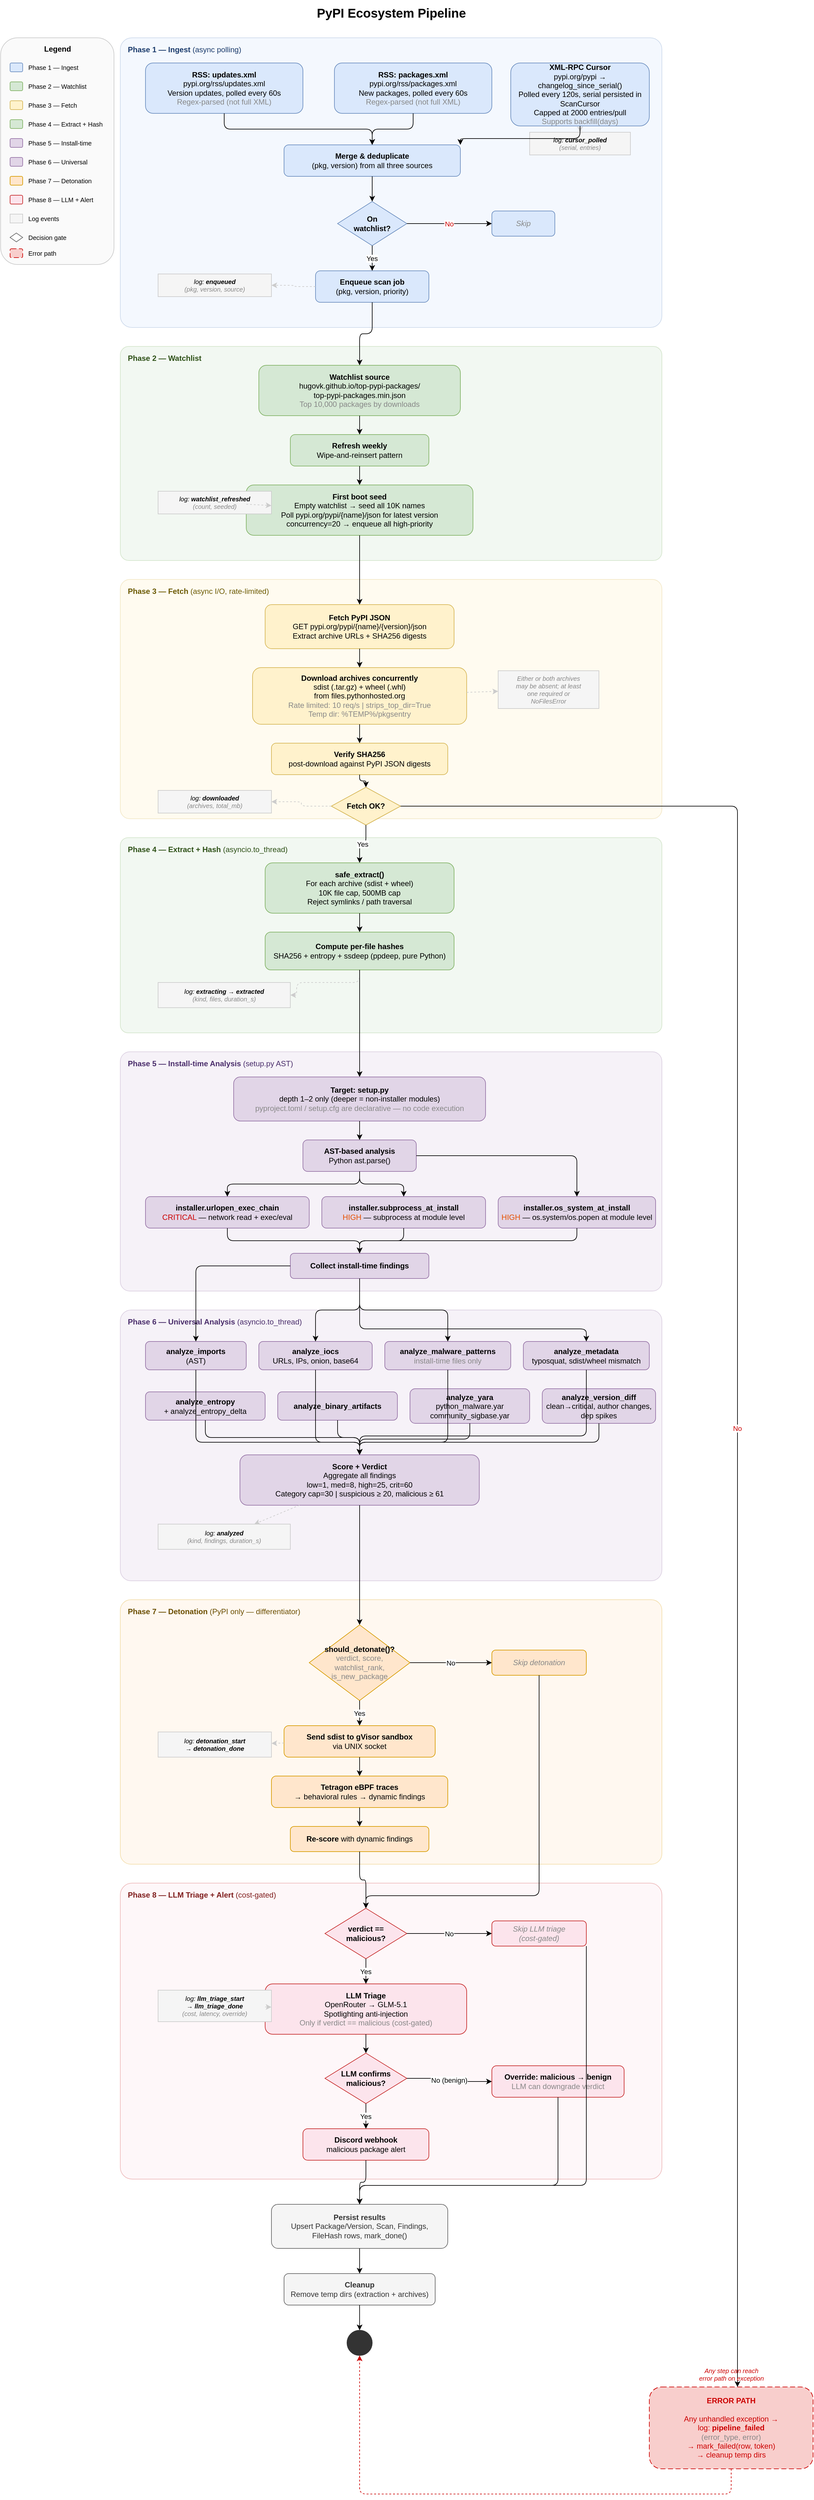
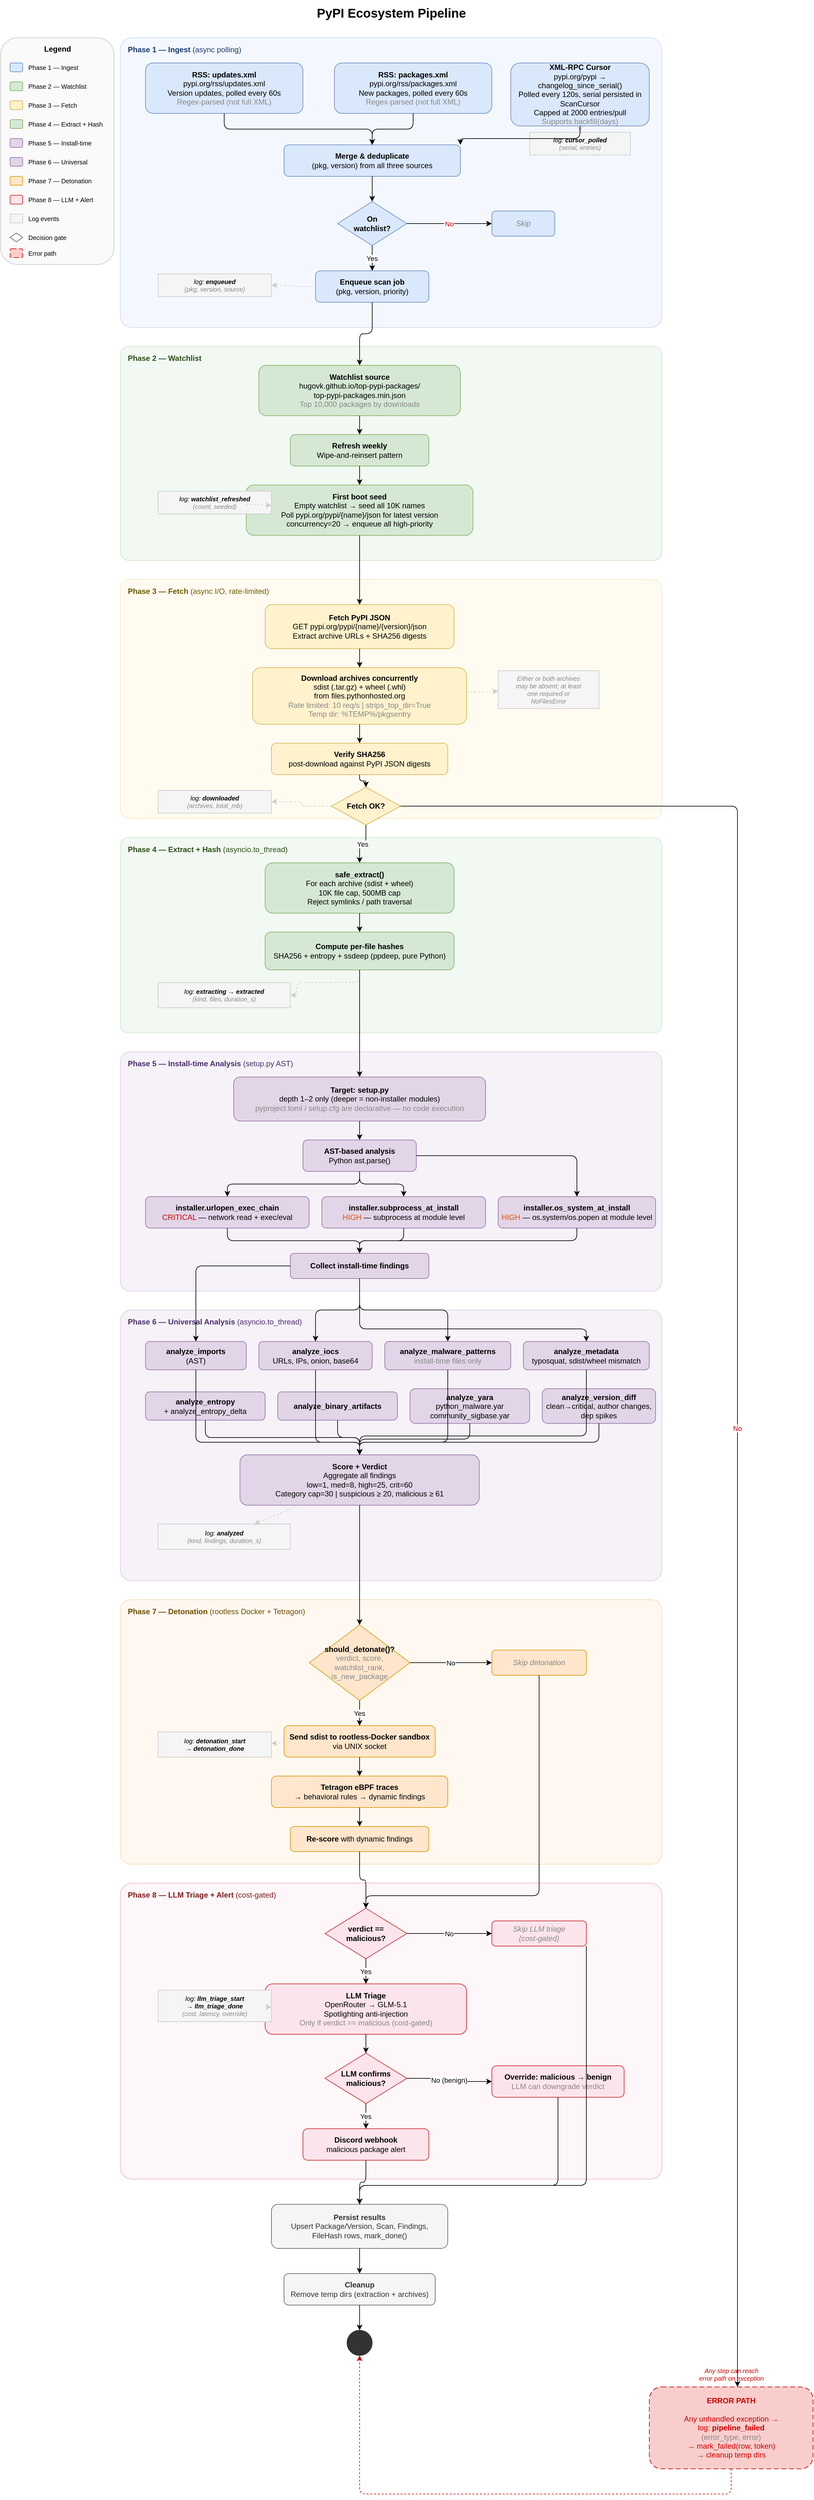
<?xml version="1.0" encoding="UTF-8"?>
<mxfile host="app.diagrams.net" modified="2026-05-23T00:00:00.000Z" agent="draw.io" version="24.0.0" type="device">
  <diagram id="pypi-pipeline" name="PyPI Ecosystem Pipeline">
    <mxGraphModel dx="1800" dy="2400" grid="1" gridSize="10" guides="1" tooltips="1" connect="1" arrows="1" fold="1" page="1" pageScale="1" pageWidth="1400" pageHeight="4500" math="0" shadow="0">
      <root>
        <mxCell id="0"/>
        <mxCell id="1" parent="0"/>

        <!-- ===== TITLE ===== -->
        <mxCell id="title" value="&lt;b&gt;PyPI Ecosystem Pipeline&lt;/b&gt;" style="text;html=1;align=center;verticalAlign=middle;resizable=0;points=[];autosize=1;fontSize=20;" vertex="1" parent="1">
          <mxGeometry x="480" y="20" width="340" height="40" as="geometry"/>
        </mxCell>

        <!-- ===== PHASE SWIMLANE BACKGROUNDS ===== -->

        <!-- Phase 1 - Ingest background -->
        <mxCell id="bg_p1" value="" style="rounded=1;whiteSpace=wrap;html=1;fillColor=#dae8fc;strokeColor=#6c8ebf;opacity=30;arcSize=4;" vertex="1" parent="1">
          <mxGeometry x="220" y="80" width="860" height="460" as="geometry"/>
        </mxCell>
        <mxCell id="bg_p1_label" value="&lt;b&gt;Phase 1 &amp;mdash; Ingest&lt;/b&gt;  (async polling)" style="text;html=1;align=left;verticalAlign=top;fontSize=12;fontColor=#1a3a6b;" vertex="1" parent="1">
          <mxGeometry x="230" y="85" width="260" height="24" as="geometry"/>
        </mxCell>

        <!-- Phase 2 - Watchlist background -->
        <mxCell id="bg_p2" value="" style="rounded=1;whiteSpace=wrap;html=1;fillColor=#d5e8d4;strokeColor=#82b366;opacity=30;arcSize=4;" vertex="1" parent="1">
          <mxGeometry x="220" y="570" width="860" height="340" as="geometry"/>
        </mxCell>
        <mxCell id="bg_p2_label" value="&lt;b&gt;Phase 2 &amp;mdash; Watchlist&lt;/b&gt;" style="text;html=1;align=left;verticalAlign=top;fontSize=12;fontColor=#2d5016;" vertex="1" parent="1">
          <mxGeometry x="230" y="575" width="200" height="24" as="geometry"/>
        </mxCell>

        <!-- Phase 3 - Fetch background -->
        <mxCell id="bg_p3" value="" style="rounded=1;whiteSpace=wrap;html=1;fillColor=#fff2cc;strokeColor=#d6b656;opacity=30;arcSize=4;" vertex="1" parent="1">
          <mxGeometry x="220" y="940" width="860" height="380" as="geometry"/>
        </mxCell>
        <mxCell id="bg_p3_label" value="&lt;b&gt;Phase 3 &amp;mdash; Fetch&lt;/b&gt;  (async I/O, rate-limited)" style="text;html=1;align=left;verticalAlign=top;fontSize=12;fontColor=#6b5900;" vertex="1" parent="1">
          <mxGeometry x="230" y="945" width="340" height="24" as="geometry"/>
        </mxCell>

        <!-- Phase 4 - Extract + Hash background -->
        <mxCell id="bg_p4" value="" style="rounded=1;whiteSpace=wrap;html=1;fillColor=#d5e8d4;strokeColor=#82b366;opacity=30;arcSize=4;" vertex="1" parent="1">
          <mxGeometry x="220" y="1350" width="860" height="310" as="geometry"/>
        </mxCell>
        <mxCell id="bg_p4_label" value="&lt;b&gt;Phase 4 &amp;mdash; Extract + Hash&lt;/b&gt;  (asyncio.to_thread)" style="text;html=1;align=left;verticalAlign=top;fontSize=12;fontColor=#2d5016;" vertex="1" parent="1">
          <mxGeometry x="230" y="1355" width="340" height="24" as="geometry"/>
        </mxCell>

        <!-- Phase 5 - Install-time Analysis background -->
        <mxCell id="bg_p5" value="" style="rounded=1;whiteSpace=wrap;html=1;fillColor=#e1d5e7;strokeColor=#9673a6;opacity=30;arcSize=4;" vertex="1" parent="1">
          <mxGeometry x="220" y="1690" width="860" height="380" as="geometry"/>
        </mxCell>
        <mxCell id="bg_p5_label" value="&lt;b&gt;Phase 5 &amp;mdash; Install-time Analysis&lt;/b&gt;  (setup.py AST)" style="text;html=1;align=left;verticalAlign=top;fontSize=12;fontColor=#4a2d6b;" vertex="1" parent="1">
          <mxGeometry x="230" y="1695" width="360" height="24" as="geometry"/>
        </mxCell>

        <!-- Phase 6 - Universal Analysis background -->
        <mxCell id="bg_p6" value="" style="rounded=1;whiteSpace=wrap;html=1;fillColor=#e1d5e7;strokeColor=#9673a6;opacity=30;arcSize=4;" vertex="1" parent="1">
          <mxGeometry x="220" y="2100" width="860" height="430" as="geometry"/>
        </mxCell>
        <mxCell id="bg_p6_label" value="&lt;b&gt;Phase 6 &amp;mdash; Universal Analysis&lt;/b&gt;  (asyncio.to_thread)" style="text;html=1;align=left;verticalAlign=top;fontSize=12;fontColor=#4a2d6b;" vertex="1" parent="1">
          <mxGeometry x="230" y="2105" width="360" height="24" as="geometry"/>
        </mxCell>

        <!-- Phase 7 - Detonation background -->
        <mxCell id="bg_p7" value="" style="rounded=1;whiteSpace=wrap;html=1;fillColor=#ffe6cc;strokeColor=#d79b00;opacity=30;arcSize=4;" vertex="1" parent="1">
          <mxGeometry x="220" y="2560" width="860" height="420" as="geometry"/>
        </mxCell>
-         <mxCell id="bg_p7_label" value="&lt;b&gt;Phase 7 &amp;mdash; Detonation&lt;/b&gt;  (PyPI only &amp;mdash; differentiator)" style="text;html=1;align=left;verticalAlign=top;fontSize=12;fontColor=#6b4e00;" vertex="1" parent="1">
+         <mxCell id="bg_p7_label" value="&lt;b&gt;Phase 7 &amp;mdash; Detonation&lt;/b&gt;  (rootless Docker + Tetragon)" style="text;html=1;align=left;verticalAlign=top;fontSize=12;fontColor=#6b4e00;" vertex="1" parent="1">
          <mxGeometry x="230" y="2565" width="380" height="24" as="geometry"/>
        </mxCell>

        <!-- Phase 8 - LLM Triage + Alert background -->
        <mxCell id="bg_p8" value="" style="rounded=1;whiteSpace=wrap;html=1;fillColor=#fce4ec;strokeColor=#c62828;opacity=30;arcSize=4;" vertex="1" parent="1">
          <mxGeometry x="220" y="3010" width="860" height="470" as="geometry"/>
        </mxCell>
        <mxCell id="bg_p8_label" value="&lt;b&gt;Phase 8 &amp;mdash; LLM Triage + Alert&lt;/b&gt;  (cost-gated)" style="text;html=1;align=left;verticalAlign=top;fontSize=12;fontColor=#7f1d1d;" vertex="1" parent="1">
          <mxGeometry x="230" y="3015" width="340" height="24" as="geometry"/>
        </mxCell>

        <!-- ===== PHASE 1 — INGEST ===== -->

        <!-- RSS Feeds -->
        <mxCell id="n_rss_updates" value="&lt;b&gt;RSS: updates.xml&lt;/b&gt;&lt;br&gt;pypi.org/rss/updates.xml&lt;br&gt;Version updates, polled every 60s&lt;br&gt;&lt;font color=&quot;#888888&quot;&gt;Regex-parsed (not full XML)&lt;/font&gt;" style="rounded=1;whiteSpace=wrap;html=1;fillColor=#dae8fc;strokeColor=#6c8ebf;" vertex="1" parent="1">
          <mxGeometry x="260" y="120" width="250" height="80" as="geometry"/>
        </mxCell>

        <mxCell id="n_rss_packages" value="&lt;b&gt;RSS: packages.xml&lt;/b&gt;&lt;br&gt;pypi.org/rss/packages.xml&lt;br&gt;New packages, polled every 60s&lt;br&gt;&lt;font color=&quot;#888888&quot;&gt;Regex-parsed (not full XML)&lt;/font&gt;" style="rounded=1;whiteSpace=wrap;html=1;fillColor=#dae8fc;strokeColor=#6c8ebf;" vertex="1" parent="1">
          <mxGeometry x="560" y="120" width="250" height="80" as="geometry"/>
        </mxCell>

        <mxCell id="n_xmlrpc" value="&lt;b&gt;XML-RPC Cursor&lt;/b&gt;&lt;br&gt;pypi.org/pypi &amp;rarr; changelog_since_serial()&lt;br&gt;Polled every 120s, serial persisted in ScanCursor&lt;br&gt;Capped at 2000 entries/pull&lt;br&gt;&lt;font color=&quot;#888888&quot;&gt;Supports backfill(days)&lt;/font&gt;" style="rounded=1;whiteSpace=wrap;html=1;fillColor=#dae8fc;strokeColor=#6c8ebf;" vertex="1" parent="1">
          <mxGeometry x="840" y="120" width="220" height="100" as="geometry"/>
        </mxCell>

        <!-- Log: serial persisted -->
        <mxCell id="n_log_serial" value="log: &lt;b&gt;cursor_polled&lt;/b&gt;&lt;br&gt;&lt;font color=&quot;#888888&quot;&gt;(serial, entries)&lt;/font&gt;" style="rounded=0;whiteSpace=wrap;html=1;fillColor=#f5f5f5;strokeColor=#CCCCCC;fontStyle=2;fontSize=10;" vertex="1" parent="1">
          <mxGeometry x="870" y="230" width="160" height="36" as="geometry"/>
        </mxCell>
        <mxCell id="e_xmlrpc_log" style="edgeStyle=orthogonalEdgeStyle;dashed=1;strokeColor=#CCCCCC;" edge="1" source="n_xmlrpc" target="n_log_serial" parent="1">
          <mxGeometry relative="1" as="geometry"/>
        </mxCell>

        <!-- Merge feeds -->
        <mxCell id="n_merge_feeds" value="&lt;b&gt;Merge &amp;amp; deduplicate&lt;/b&gt;&lt;br&gt;(pkg, version) from all three sources" style="rounded=1;whiteSpace=wrap;html=1;fillColor=#dae8fc;strokeColor=#6c8ebf;" vertex="1" parent="1">
          <mxGeometry x="480" y="250" width="280" height="50" as="geometry"/>
        </mxCell>
        <mxCell id="e_rss1_merge" style="edgeStyle=orthogonalEdgeStyle;" edge="1" source="n_rss_updates" target="n_merge_feeds" parent="1">
          <mxGeometry relative="1" as="geometry"/>
        </mxCell>
        <mxCell id="e_rss2_merge" style="edgeStyle=orthogonalEdgeStyle;" edge="1" source="n_rss_packages" target="n_merge_feeds" parent="1">
          <mxGeometry relative="1" as="geometry"/>
        </mxCell>
        <mxCell id="e_xmlrpc_merge" style="edgeStyle=orthogonalEdgeStyle;" edge="1" source="n_xmlrpc" target="n_merge_feeds" parent="1">
          <mxGeometry relative="1" as="geometry">
            <Array as="points">
              <mxPoint x="950" y="240"/>
              <mxPoint x="760" y="240"/>
            </Array>
          </mxGeometry>
        </mxCell>

        <!-- Watchlist gate diamond -->
        <mxCell id="d_watchlist_gate" value="&lt;b&gt;On&lt;br&gt;watchlist?&lt;/b&gt;" style="rhombus;whiteSpace=wrap;html=1;fillColor=#dae8fc;strokeColor=#6c8ebf;" vertex="1" parent="1">
          <mxGeometry x="565" y="340" width="110" height="70" as="geometry"/>
        </mxCell>
        <mxCell id="e_merge_gate" style="edgeStyle=orthogonalEdgeStyle;" edge="1" source="n_merge_feeds" target="d_watchlist_gate" parent="1">
          <mxGeometry relative="1" as="geometry"/>
        </mxCell>

        <!-- Skip (not on watchlist) -->
        <mxCell id="n_skip_ingest" value="&lt;font color=&quot;#888888&quot;&gt;Skip&lt;/font&gt;" style="rounded=1;whiteSpace=wrap;html=1;fillColor=#dae8fc;strokeColor=#6c8ebf;fontStyle=2;" vertex="1" parent="1">
          <mxGeometry x="810" y="355" width="100" height="40" as="geometry"/>
        </mxCell>
        <mxCell id="e_gate_no" value="No" style="edgeStyle=orthogonalEdgeStyle;fontColor=#cc0000;" edge="1" source="d_watchlist_gate" target="n_skip_ingest" parent="1">
          <mxGeometry relative="1" as="geometry"/>
        </mxCell>

        <!-- Enqueue -->
        <mxCell id="n_enqueue" value="&lt;b&gt;Enqueue scan job&lt;/b&gt;&lt;br&gt;(pkg, version, priority)" style="rounded=1;whiteSpace=wrap;html=1;fillColor=#dae8fc;strokeColor=#6c8ebf;" vertex="1" parent="1">
          <mxGeometry x="530" y="450" width="180" height="50" as="geometry"/>
        </mxCell>
        <mxCell id="e_gate_yes" value="Yes" style="edgeStyle=orthogonalEdgeStyle;" edge="1" source="d_watchlist_gate" target="n_enqueue" parent="1">
          <mxGeometry relative="1" as="geometry"/>
        </mxCell>

        <!-- Log enqueue -->
        <mxCell id="n_log_enqueue" value="log: &lt;b&gt;enqueued&lt;/b&gt;&lt;br&gt;&lt;font color=&quot;#888888&quot;&gt;(pkg, version, source)&lt;/font&gt;" style="rounded=0;whiteSpace=wrap;html=1;fillColor=#f5f5f5;strokeColor=#CCCCCC;fontStyle=2;fontSize=10;" vertex="1" parent="1">
          <mxGeometry x="280" y="455" width="180" height="36" as="geometry"/>
        </mxCell>
        <mxCell id="e_enqueue_log" style="edgeStyle=orthogonalEdgeStyle;dashed=1;strokeColor=#CCCCCC;" edge="1" source="n_enqueue" target="n_log_enqueue" parent="1">
          <mxGeometry relative="1" as="geometry"/>
        </mxCell>

        <!-- ===== PHASE 2 — WATCHLIST ===== -->

        <mxCell id="n_wl_source" value="&lt;b&gt;Watchlist source&lt;/b&gt;&lt;br&gt;hugovk.github.io/top-pypi-packages/&lt;br&gt;top-pypi-packages.min.json&lt;br&gt;&lt;font color=&quot;#888888&quot;&gt;Top 10,000 packages by downloads&lt;/font&gt;" style="rounded=1;whiteSpace=wrap;html=1;fillColor=#d5e8d4;strokeColor=#82b366;" vertex="1" parent="1">
          <mxGeometry x="440" y="600" width="320" height="80" as="geometry"/>
        </mxCell>
        <mxCell id="e_enqueue_wl" style="edgeStyle=orthogonalEdgeStyle;" edge="1" source="n_enqueue" target="n_wl_source" parent="1">
          <mxGeometry relative="1" as="geometry"/>
        </mxCell>

        <mxCell id="n_wl_refresh" value="&lt;b&gt;Refresh weekly&lt;/b&gt;&lt;br&gt;Wipe-and-reinsert pattern" style="rounded=1;whiteSpace=wrap;html=1;fillColor=#d5e8d4;strokeColor=#82b366;" vertex="1" parent="1">
          <mxGeometry x="490" y="710" width="220" height="50" as="geometry"/>
        </mxCell>
        <mxCell id="e_wl_refresh" style="edgeStyle=orthogonalEdgeStyle;" edge="1" source="n_wl_source" target="n_wl_refresh" parent="1">
          <mxGeometry relative="1" as="geometry"/>
        </mxCell>

        <mxCell id="n_wl_seed" value="&lt;b&gt;First boot seed&lt;/b&gt;&lt;br&gt;Empty watchlist &amp;rarr; seed all 10K names&lt;br&gt;Poll pypi.org/pypi/{name}/json for latest version&lt;br&gt;concurrency=20 &amp;rarr; enqueue all high-priority" style="rounded=1;whiteSpace=wrap;html=1;fillColor=#d5e8d4;strokeColor=#82b366;" vertex="1" parent="1">
          <mxGeometry x="420" y="790" width="360" height="80" as="geometry"/>
        </mxCell>
        <mxCell id="e_wl_seed" style="edgeStyle=orthogonalEdgeStyle;" edge="1" source="n_wl_refresh" target="n_wl_seed" parent="1">
          <mxGeometry relative="1" as="geometry"/>
        </mxCell>

        <!-- Log watchlist -->
        <mxCell id="n_log_wl" value="log: &lt;b&gt;watchlist_refreshed&lt;/b&gt;&lt;br&gt;&lt;font color=&quot;#888888&quot;&gt;(count, seeded)&lt;/font&gt;" style="rounded=0;whiteSpace=wrap;html=1;fillColor=#f5f5f5;strokeColor=#CCCCCC;fontStyle=2;fontSize=10;" vertex="1" parent="1">
          <mxGeometry x="280" y="800" width="180" height="36" as="geometry"/>
        </mxCell>
        <mxCell id="e_wl_log" style="dashed=1;strokeColor=#CCCCCC;" edge="1" source="n_wl_seed" target="n_log_wl" parent="1">
          <mxGeometry relative="1" as="geometry"/>
        </mxCell>

        <!-- ===== PHASE 3 — FETCH ===== -->

        <mxCell id="n_fetch_json" value="&lt;b&gt;Fetch PyPI JSON&lt;/b&gt;&lt;br&gt;GET pypi.org/pypi/{name}/{version}/json&lt;br&gt;Extract archive URLs + SHA256 digests" style="rounded=1;whiteSpace=wrap;html=1;fillColor=#fff2cc;strokeColor=#d6b656;" vertex="1" parent="1">
          <mxGeometry x="450" y="980" width="300" height="70" as="geometry"/>
        </mxCell>
        <mxCell id="e_seed_fetch" style="edgeStyle=orthogonalEdgeStyle;" edge="1" source="n_wl_seed" target="n_fetch_json" parent="1">
          <mxGeometry relative="1" as="geometry"/>
        </mxCell>

        <mxCell id="n_download" value="&lt;b&gt;Download archives concurrently&lt;/b&gt;&lt;br&gt;sdist (.tar.gz) + wheel (.whl)&lt;br&gt;from files.pythonhosted.org&lt;br&gt;&lt;font color=&quot;#888888&quot;&gt;Rate limited: 10 req/s | strips_top_dir=True&lt;/font&gt;&lt;br&gt;&lt;font color=&quot;#888888&quot;&gt;Temp dir: %TEMP%/pkgsentry&lt;/font&gt;" style="rounded=1;whiteSpace=wrap;html=1;fillColor=#fff2cc;strokeColor=#d6b656;" vertex="1" parent="1">
          <mxGeometry x="430" y="1080" width="340" height="90" as="geometry"/>
        </mxCell>
        <mxCell id="e_json_download" style="edgeStyle=orthogonalEdgeStyle;" edge="1" source="n_fetch_json" target="n_download" parent="1">
          <mxGeometry relative="1" as="geometry"/>
        </mxCell>

        <!-- Note: either or both -->
        <mxCell id="n_note_archives" value="&lt;font color=&quot;#888888&quot;&gt;&lt;i&gt;Either or both archives&lt;br&gt;may be absent; at least&lt;br&gt;one required or&lt;br&gt;NoFilesError&lt;/i&gt;&lt;/font&gt;" style="rounded=0;whiteSpace=wrap;html=1;fillColor=#f5f5f5;strokeColor=#CCCCCC;fontStyle=2;fontSize=10;" vertex="1" parent="1">
          <mxGeometry x="820" y="1085" width="160" height="60" as="geometry"/>
        </mxCell>
        <mxCell id="e_download_note" style="dashed=1;strokeColor=#CCCCCC;" edge="1" source="n_download" target="n_note_archives" parent="1">
          <mxGeometry relative="1" as="geometry"/>
        </mxCell>

        <mxCell id="n_verify_sha" value="&lt;b&gt;Verify SHA256&lt;/b&gt;&lt;br&gt;post-download against PyPI JSON digests" style="rounded=1;whiteSpace=wrap;html=1;fillColor=#fff2cc;strokeColor=#d6b656;" vertex="1" parent="1">
          <mxGeometry x="460" y="1200" width="280" height="50" as="geometry"/>
        </mxCell>
        <mxCell id="e_download_sha" style="edgeStyle=orthogonalEdgeStyle;" edge="1" source="n_download" target="n_verify_sha" parent="1">
          <mxGeometry relative="1" as="geometry"/>
        </mxCell>

        <!-- Fetch OK? -->
        <mxCell id="d_fetch_ok" value="&lt;b&gt;Fetch OK?&lt;/b&gt;" style="rhombus;whiteSpace=wrap;html=1;fillColor=#fff2cc;strokeColor=#d6b656;" vertex="1" parent="1">
          <mxGeometry x="555" y="1270" width="110" height="60" as="geometry"/>
        </mxCell>
        <mxCell id="e_sha_fetchok" style="edgeStyle=orthogonalEdgeStyle;" edge="1" source="n_verify_sha" target="d_fetch_ok" parent="1">
          <mxGeometry relative="1" as="geometry"/>
        </mxCell>

        <!-- Fetch fail → error -->
        <mxCell id="e_fetchok_fail" value="No" style="edgeStyle=orthogonalEdgeStyle;fontColor=#cc0000;" edge="1" source="d_fetch_ok" target="n_error" parent="1">
          <mxGeometry relative="1" as="geometry">
            <Array as="points">
              <mxPoint x="1200" y="1300"/>
              <mxPoint x="1200" y="3870"/>
            </Array>
          </mxGeometry>
        </mxCell>

        <!-- Log downloaded -->
        <mxCell id="n_log_downloaded" value="log: &lt;b&gt;downloaded&lt;/b&gt;&lt;br&gt;&lt;font color=&quot;#888888&quot;&gt;(archives, total_mb)&lt;/font&gt;" style="rounded=0;whiteSpace=wrap;html=1;fillColor=#f5f5f5;strokeColor=#CCCCCC;fontStyle=2;fontSize=10;" vertex="1" parent="1">
          <mxGeometry x="280" y="1275" width="180" height="36" as="geometry"/>
        </mxCell>
        <mxCell id="e_fetchok_log" style="edgeStyle=orthogonalEdgeStyle;dashed=1;strokeColor=#CCCCCC;" edge="1" source="d_fetch_ok" target="n_log_downloaded" parent="1">
          <mxGeometry relative="1" as="geometry"/>
        </mxCell>

        <!-- ===== PHASE 4 — EXTRACT + HASH ===== -->

        <mxCell id="n_extract" value="&lt;b&gt;safe_extract()&lt;/b&gt;&lt;br&gt;For each archive (sdist + wheel)&lt;br&gt;10K file cap, 500MB cap&lt;br&gt;Reject symlinks / path traversal" style="rounded=1;whiteSpace=wrap;html=1;fillColor=#d5e8d4;strokeColor=#82b366;" vertex="1" parent="1">
          <mxGeometry x="450" y="1390" width="300" height="80" as="geometry"/>
        </mxCell>
        <mxCell id="e_fetchok_extract" value="Yes" style="edgeStyle=orthogonalEdgeStyle;" edge="1" source="d_fetch_ok" target="n_extract" parent="1">
          <mxGeometry relative="1" as="geometry"/>
        </mxCell>

        <mxCell id="n_hash" value="&lt;b&gt;Compute per-file hashes&lt;/b&gt;&lt;br&gt;SHA256 + entropy + ssdeep (ppdeep, pure Python)" style="rounded=1;whiteSpace=wrap;html=1;fillColor=#d5e8d4;strokeColor=#82b366;" vertex="1" parent="1">
          <mxGeometry x="450" y="1500" width="300" height="60" as="geometry"/>
        </mxCell>
        <mxCell id="e_extract_hash" style="edgeStyle=orthogonalEdgeStyle;" edge="1" source="n_extract" target="n_hash" parent="1">
          <mxGeometry relative="1" as="geometry"/>
        </mxCell>

        <!-- Log extracted -->
        <mxCell id="n_log_extracted" value="log: &lt;b&gt;extracting&lt;/b&gt; &amp;rarr; &lt;b&gt;extracted&lt;/b&gt;&lt;br&gt;&lt;font color=&quot;#888888&quot;&gt;(kind, files, duration_s)&lt;/font&gt;" style="rounded=0;whiteSpace=wrap;html=1;fillColor=#f5f5f5;strokeColor=#CCCCCC;fontStyle=2;fontSize=10;" vertex="1" parent="1">
          <mxGeometry x="280" y="1580" width="210" height="40" as="geometry"/>
        </mxCell>
        <mxCell id="e_hash_log" style="edgeStyle=orthogonalEdgeStyle;dashed=1;strokeColor=#CCCCCC;" edge="1" source="n_hash" target="n_log_extracted" parent="1">
          <mxGeometry relative="1" as="geometry">
            <Array as="points">
              <mxPoint x="600" y="1580"/>
              <mxPoint x="500" y="1580"/>
            </Array>
          </mxGeometry>
        </mxCell>

        <!-- ===== PHASE 5 — INSTALL-TIME ANALYSIS ===== -->

        <mxCell id="n_setup_target" value="&lt;b&gt;Target: setup.py&lt;/b&gt;&lt;br&gt;depth 1&amp;ndash;2 only (deeper = non-installer modules)&lt;br&gt;&lt;font color=&quot;#888888&quot;&gt;pyproject.toml / setup.cfg are declarative &amp;mdash; no code execution&lt;/font&gt;" style="rounded=1;whiteSpace=wrap;html=1;fillColor=#e1d5e7;strokeColor=#9673a6;" vertex="1" parent="1">
          <mxGeometry x="400" y="1730" width="400" height="70" as="geometry"/>
        </mxCell>
        <mxCell id="e_hash_setup" style="edgeStyle=orthogonalEdgeStyle;" edge="1" source="n_hash" target="n_setup_target" parent="1">
          <mxGeometry relative="1" as="geometry"/>
        </mxCell>

        <mxCell id="n_ast_parse" value="&lt;b&gt;AST-based analysis&lt;/b&gt;&lt;br&gt;Python ast.parse()" style="rounded=1;whiteSpace=wrap;html=1;fillColor=#e1d5e7;strokeColor=#9673a6;" vertex="1" parent="1">
          <mxGeometry x="510" y="1830" width="180" height="50" as="geometry"/>
        </mxCell>
        <mxCell id="e_setup_ast" style="edgeStyle=orthogonalEdgeStyle;" edge="1" source="n_setup_target" target="n_ast_parse" parent="1">
          <mxGeometry relative="1" as="geometry"/>
        </mxCell>

        <!-- Three rules -->
        <mxCell id="n_rule_urlopen" value="&lt;b&gt;installer.urlopen_exec_chain&lt;/b&gt;&lt;br&gt;&lt;font color=&quot;#cc0000&quot;&gt;CRITICAL&lt;/font&gt; &amp;mdash; network read + exec/eval" style="rounded=1;whiteSpace=wrap;html=1;fillColor=#e1d5e7;strokeColor=#9673a6;" vertex="1" parent="1">
          <mxGeometry x="260" y="1920" width="260" height="50" as="geometry"/>
        </mxCell>
        <mxCell id="n_rule_subprocess" value="&lt;b&gt;installer.subprocess_at_install&lt;/b&gt;&lt;br&gt;&lt;font color=&quot;#e65100&quot;&gt;HIGH&lt;/font&gt; &amp;mdash; subprocess at module level" style="rounded=1;whiteSpace=wrap;html=1;fillColor=#e1d5e7;strokeColor=#9673a6;" vertex="1" parent="1">
          <mxGeometry x="540" y="1920" width="260" height="50" as="geometry"/>
        </mxCell>
        <mxCell id="n_rule_os_system" value="&lt;b&gt;installer.os_system_at_install&lt;/b&gt;&lt;br&gt;&lt;font color=&quot;#e65100&quot;&gt;HIGH&lt;/font&gt; &amp;mdash; os.system/os.popen at module level" style="rounded=1;whiteSpace=wrap;html=1;fillColor=#e1d5e7;strokeColor=#9673a6;" vertex="1" parent="1">
          <mxGeometry x="820" y="1920" width="250" height="50" as="geometry"/>
        </mxCell>
        <mxCell id="e_ast_r1" style="edgeStyle=orthogonalEdgeStyle;" edge="1" source="n_ast_parse" target="n_rule_urlopen" parent="1">
          <mxGeometry relative="1" as="geometry"/>
        </mxCell>
        <mxCell id="e_ast_r2" style="edgeStyle=orthogonalEdgeStyle;" edge="1" source="n_ast_parse" target="n_rule_subprocess" parent="1">
          <mxGeometry relative="1" as="geometry"/>
        </mxCell>
        <mxCell id="e_ast_r3" style="edgeStyle=orthogonalEdgeStyle;" edge="1" source="n_ast_parse" target="n_rule_os_system" parent="1">
          <mxGeometry relative="1" as="geometry"/>
        </mxCell>

        <!-- Merge rules output -->
        <mxCell id="n_rules_merge" value="&lt;b&gt;Collect install-time findings&lt;/b&gt;" style="rounded=1;whiteSpace=wrap;html=1;fillColor=#e1d5e7;strokeColor=#9673a6;" vertex="1" parent="1">
          <mxGeometry x="490" y="2010" width="220" height="40" as="geometry"/>
        </mxCell>
        <mxCell id="e_r1_merge" style="edgeStyle=orthogonalEdgeStyle;" edge="1" source="n_rule_urlopen" target="n_rules_merge" parent="1">
          <mxGeometry relative="1" as="geometry"/>
        </mxCell>
        <mxCell id="e_r2_merge" style="edgeStyle=orthogonalEdgeStyle;" edge="1" source="n_rule_subprocess" target="n_rules_merge" parent="1">
          <mxGeometry relative="1" as="geometry"/>
        </mxCell>
        <mxCell id="e_r3_merge" style="edgeStyle=orthogonalEdgeStyle;" edge="1" source="n_rule_os_system" target="n_rules_merge" parent="1">
          <mxGeometry relative="1" as="geometry">
            <Array as="points">
              <mxPoint x="945" y="1990"/>
              <mxPoint x="600" y="1990"/>
            </Array>
          </mxGeometry>
        </mxCell>

        <!-- ===== PHASE 6 — UNIVERSAL ANALYSIS ===== -->

        <!-- Left column: AST-based -->
        <mxCell id="n_uni_imports" value="&lt;b&gt;analyze_imports&lt;/b&gt;&lt;br&gt;(AST)" style="rounded=1;whiteSpace=wrap;html=1;fillColor=#e1d5e7;strokeColor=#9673a6;" vertex="1" parent="1">
          <mxGeometry x="260" y="2150" width="160" height="45" as="geometry"/>
        </mxCell>
        <mxCell id="n_uni_iocs" value="&lt;b&gt;analyze_iocs&lt;/b&gt;&lt;br&gt;URLs, IPs, onion, base64" style="rounded=1;whiteSpace=wrap;html=1;fillColor=#e1d5e7;strokeColor=#9673a6;" vertex="1" parent="1">
          <mxGeometry x="440" y="2150" width="180" height="45" as="geometry"/>
        </mxCell>
        <mxCell id="n_uni_malware" value="&lt;b&gt;analyze_malware_patterns&lt;/b&gt;&lt;br&gt;&lt;font color=&quot;#888888&quot;&gt;install-time files only&lt;/font&gt;" style="rounded=1;whiteSpace=wrap;html=1;fillColor=#e1d5e7;strokeColor=#9673a6;" vertex="1" parent="1">
          <mxGeometry x="640" y="2150" width="200" height="45" as="geometry"/>
        </mxCell>
        <mxCell id="n_uni_metadata" value="&lt;b&gt;analyze_metadata&lt;/b&gt;&lt;br&gt;typosquat, sdist/wheel mismatch" style="rounded=1;whiteSpace=wrap;html=1;fillColor=#e1d5e7;strokeColor=#9673a6;" vertex="1" parent="1">
          <mxGeometry x="860" y="2150" width="200" height="45" as="geometry"/>
        </mxCell>

        <mxCell id="e_rules_uni1" style="edgeStyle=orthogonalEdgeStyle;" edge="1" source="n_rules_merge" target="n_uni_imports" parent="1">
          <mxGeometry relative="1" as="geometry"/>
        </mxCell>
        <mxCell id="e_rules_uni2" style="edgeStyle=orthogonalEdgeStyle;" edge="1" source="n_rules_merge" target="n_uni_iocs" parent="1">
          <mxGeometry relative="1" as="geometry"/>
        </mxCell>
        <mxCell id="e_rules_uni3" style="edgeStyle=orthogonalEdgeStyle;" edge="1" source="n_rules_merge" target="n_uni_malware" parent="1">
          <mxGeometry relative="1" as="geometry"/>
        </mxCell>
        <mxCell id="e_rules_uni4" style="edgeStyle=orthogonalEdgeStyle;" edge="1" source="n_rules_merge" target="n_uni_metadata" parent="1">
          <mxGeometry relative="1" as="geometry">
            <Array as="points">
              <mxPoint x="600" y="2130"/>
              <mxPoint x="960" y="2130"/>
            </Array>
          </mxGeometry>
        </mxCell>

        <!-- Second row of analyzers -->
        <mxCell id="n_uni_entropy" value="&lt;b&gt;analyze_entropy&lt;/b&gt;&lt;br&gt;+ analyze_entropy_delta" style="rounded=1;whiteSpace=wrap;html=1;fillColor=#e1d5e7;strokeColor=#9673a6;" vertex="1" parent="1">
          <mxGeometry x="260" y="2230" width="190" height="45" as="geometry"/>
        </mxCell>
        <mxCell id="n_uni_binary" value="&lt;b&gt;analyze_binary_artifacts&lt;/b&gt;" style="rounded=1;whiteSpace=wrap;html=1;fillColor=#e1d5e7;strokeColor=#9673a6;" vertex="1" parent="1">
          <mxGeometry x="470" y="2230" width="190" height="45" as="geometry"/>
        </mxCell>
        <mxCell id="n_uni_yara" value="&lt;b&gt;analyze_yara&lt;/b&gt;&lt;br&gt;python_malware.yar&lt;br&gt;community_sigbase.yar" style="rounded=1;whiteSpace=wrap;html=1;fillColor=#e1d5e7;strokeColor=#9673a6;" vertex="1" parent="1">
          <mxGeometry x="680" y="2225" width="190" height="55" as="geometry"/>
        </mxCell>
        <mxCell id="n_uni_verdiff" value="&lt;b&gt;analyze_version_diff&lt;/b&gt;&lt;br&gt;clean&amp;rarr;critical, author changes,&lt;br&gt;dep spikes" style="rounded=1;whiteSpace=wrap;html=1;fillColor=#e1d5e7;strokeColor=#9673a6;" vertex="1" parent="1">
          <mxGeometry x="890" y="2225" width="180" height="55" as="geometry"/>
        </mxCell>

        <!-- Merge all universal findings -->
        <mxCell id="n_uni_merge" value="&lt;b&gt;Score + Verdict&lt;/b&gt;&lt;br&gt;Aggregate all findings&lt;br&gt;low=1, med=8, high=25, crit=60&lt;br&gt;Category cap=30 | suspicious &amp;ge; 20, malicious &amp;ge; 61" style="rounded=1;whiteSpace=wrap;html=1;fillColor=#e1d5e7;strokeColor=#9673a6;" vertex="1" parent="1">
          <mxGeometry x="410" y="2330" width="380" height="80" as="geometry"/>
        </mxCell>
        <mxCell id="e_entropy_merge" style="edgeStyle=orthogonalEdgeStyle;" edge="1" source="n_uni_entropy" target="n_uni_merge" parent="1">
          <mxGeometry relative="1" as="geometry"/>
        </mxCell>
        <mxCell id="e_binary_merge" style="edgeStyle=orthogonalEdgeStyle;" edge="1" source="n_uni_binary" target="n_uni_merge" parent="1">
          <mxGeometry relative="1" as="geometry"/>
        </mxCell>
        <mxCell id="e_yara_merge" style="edgeStyle=orthogonalEdgeStyle;" edge="1" source="n_uni_yara" target="n_uni_merge" parent="1">
          <mxGeometry relative="1" as="geometry"/>
        </mxCell>
        <mxCell id="e_verdiff_merge" style="edgeStyle=orthogonalEdgeStyle;" edge="1" source="n_uni_verdiff" target="n_uni_merge" parent="1">
          <mxGeometry relative="1" as="geometry">
            <Array as="points">
              <mxPoint x="980" y="2310"/>
              <mxPoint x="600" y="2310"/>
            </Array>
          </mxGeometry>
        </mxCell>

        <!-- Also connect first row into merge -->
        <mxCell id="e_imports_merge" style="edgeStyle=orthogonalEdgeStyle;" edge="1" source="n_uni_imports" target="n_uni_merge" parent="1">
          <mxGeometry relative="1" as="geometry">
            <Array as="points">
              <mxPoint x="340" y="2310"/>
              <mxPoint x="600" y="2310"/>
            </Array>
          </mxGeometry>
        </mxCell>
        <mxCell id="e_iocs_merge" style="edgeStyle=orthogonalEdgeStyle;" edge="1" source="n_uni_iocs" target="n_uni_merge" parent="1">
          <mxGeometry relative="1" as="geometry">
            <Array as="points">
              <mxPoint x="530" y="2310"/>
              <mxPoint x="600" y="2310"/>
            </Array>
          </mxGeometry>
        </mxCell>
        <mxCell id="e_malware_merge" style="edgeStyle=orthogonalEdgeStyle;" edge="1" source="n_uni_malware" target="n_uni_merge" parent="1">
          <mxGeometry relative="1" as="geometry">
            <Array as="points">
              <mxPoint x="740" y="2310"/>
              <mxPoint x="600" y="2310"/>
            </Array>
          </mxGeometry>
        </mxCell>
        <mxCell id="e_metadata_merge" style="edgeStyle=orthogonalEdgeStyle;" edge="1" source="n_uni_metadata" target="n_uni_merge" parent="1">
          <mxGeometry relative="1" as="geometry">
            <Array as="points">
              <mxPoint x="960" y="2300"/>
              <mxPoint x="600" y="2300"/>
            </Array>
          </mxGeometry>
        </mxCell>

        <!-- Log analyzed -->
        <mxCell id="n_log_analyzed" value="log: &lt;b&gt;analyzed&lt;/b&gt;&lt;br&gt;&lt;font color=&quot;#888888&quot;&gt;(kind, findings, duration_s)&lt;/font&gt;" style="rounded=0;whiteSpace=wrap;html=1;fillColor=#f5f5f5;strokeColor=#CCCCCC;fontStyle=2;fontSize=10;" vertex="1" parent="1">
          <mxGeometry x="280" y="2440" width="210" height="40" as="geometry"/>
        </mxCell>
        <mxCell id="e_univ_log" style="dashed=1;strokeColor=#CCCCCC;" edge="1" source="n_uni_merge" target="n_log_analyzed" parent="1">
          <mxGeometry relative="1" as="geometry"/>
        </mxCell>

        <!-- ===== PHASE 7 — DETONATION ===== -->

        <mxCell id="d_detonate" value="&lt;b&gt;should_detonate()?&lt;/b&gt;&lt;br&gt;&lt;font color=&quot;#888888&quot;&gt;verdict, score,&lt;br&gt;watchlist_rank,&lt;br&gt;is_new_package&lt;/font&gt;" style="rhombus;whiteSpace=wrap;html=1;fillColor=#ffe6cc;strokeColor=#d79b00;" vertex="1" parent="1">
          <mxGeometry x="520" y="2600" width="160" height="120" as="geometry"/>
        </mxCell>
        <mxCell id="e_merge_detonate" style="edgeStyle=orthogonalEdgeStyle;" edge="1" source="n_uni_merge" target="d_detonate" parent="1">
          <mxGeometry relative="1" as="geometry"/>
        </mxCell>

        <!-- Skip detonation -->
        <mxCell id="n_det_skip" value="&lt;font color=&quot;#888888&quot;&gt;Skip detonation&lt;/font&gt;" style="rounded=1;whiteSpace=wrap;html=1;fillColor=#ffe6cc;strokeColor=#d79b00;fontStyle=2;" vertex="1" parent="1">
          <mxGeometry x="810" y="2640" width="150" height="40" as="geometry"/>
        </mxCell>
        <mxCell id="e_det_no" value="No" style="edgeStyle=orthogonalEdgeStyle;" edge="1" source="d_detonate" target="n_det_skip" parent="1">
          <mxGeometry relative="1" as="geometry"/>
        </mxCell>

-         <!-- gVisor sandbox -->
-         <mxCell id="n_sandbox" value="&lt;b&gt;Send sdist to gVisor sandbox&lt;/b&gt;&lt;br&gt;via UNIX socket" style="rounded=1;whiteSpace=wrap;html=1;fillColor=#ffe6cc;strokeColor=#d79b00;" vertex="1" parent="1">
+         <!-- rootless-Docker sandbox -->
+         <mxCell id="n_sandbox" value="&lt;b&gt;Send sdist to rootless-Docker sandbox&lt;/b&gt;&lt;br&gt;via UNIX socket" style="rounded=1;whiteSpace=wrap;html=1;fillColor=#ffe6cc;strokeColor=#d79b00;" vertex="1" parent="1">
          <mxGeometry x="480" y="2760" width="240" height="50" as="geometry"/>
        </mxCell>
        <mxCell id="e_det_yes" value="Yes" style="edgeStyle=orthogonalEdgeStyle;" edge="1" source="d_detonate" target="n_sandbox" parent="1">
          <mxGeometry relative="1" as="geometry"/>
        </mxCell>

        <!-- Tetragon -->
        <mxCell id="n_tetragon" value="&lt;b&gt;Tetragon eBPF traces&lt;/b&gt;&lt;br&gt;&amp;rarr; behavioral rules &amp;rarr; dynamic findings" style="rounded=1;whiteSpace=wrap;html=1;fillColor=#ffe6cc;strokeColor=#d79b00;" vertex="1" parent="1">
          <mxGeometry x="460" y="2840" width="280" height="50" as="geometry"/>
        </mxCell>
        <mxCell id="e_sandbox_tetragon" style="edgeStyle=orthogonalEdgeStyle;" edge="1" source="n_sandbox" target="n_tetragon" parent="1">
          <mxGeometry relative="1" as="geometry"/>
        </mxCell>

        <!-- Re-score -->
        <mxCell id="n_rescore" value="&lt;b&gt;Re-score&lt;/b&gt; with dynamic findings" style="rounded=1;whiteSpace=wrap;html=1;fillColor=#ffe6cc;strokeColor=#d79b00;" vertex="1" parent="1">
          <mxGeometry x="490" y="2920" width="220" height="40" as="geometry"/>
        </mxCell>
        <mxCell id="e_tetragon_rescore" style="edgeStyle=orthogonalEdgeStyle;" edge="1" source="n_tetragon" target="n_rescore" parent="1">
          <mxGeometry relative="1" as="geometry"/>
        </mxCell>

        <!-- Log detonation -->
        <mxCell id="n_log_det" value="log: &lt;b&gt;detonation_start&lt;/b&gt;&lt;br&gt;&amp;rarr; &lt;b&gt;detonation_done&lt;/b&gt;" style="rounded=0;whiteSpace=wrap;html=1;fillColor=#f5f5f5;strokeColor=#CCCCCC;fontStyle=2;fontSize=10;" vertex="1" parent="1">
          <mxGeometry x="280" y="2770" width="180" height="40" as="geometry"/>
        </mxCell>
        <mxCell id="e_sandbox_log" style="dashed=1;strokeColor=#CCCCCC;" edge="1" source="n_sandbox" target="n_log_det" parent="1">
          <mxGeometry relative="1" as="geometry"/>
        </mxCell>

        <!-- ===== PHASE 8 — LLM TRIAGE + ALERT ===== -->

        <mxCell id="d_verdict_mal" value="&lt;b&gt;verdict ==&lt;br&gt;malicious?&lt;/b&gt;" style="rhombus;whiteSpace=wrap;html=1;fillColor=#fce4ec;strokeColor=#c62828;" vertex="1" parent="1">
          <mxGeometry x="545" y="3050" width="130" height="80" as="geometry"/>
        </mxCell>
        <mxCell id="e_rescore_verdict" style="edgeStyle=orthogonalEdgeStyle;" edge="1" source="n_rescore" target="d_verdict_mal" parent="1">
          <mxGeometry relative="1" as="geometry"/>
        </mxCell>
        <mxCell id="e_detskip_verdict" style="edgeStyle=orthogonalEdgeStyle;" edge="1" source="n_det_skip" target="d_verdict_mal" parent="1">
          <mxGeometry relative="1" as="geometry">
            <Array as="points">
              <mxPoint x="885" y="3030"/>
              <mxPoint x="610" y="3030"/>
            </Array>
          </mxGeometry>
        </mxCell>

        <!-- Not malicious → skip LLM -->
        <mxCell id="n_llm_skip" value="&lt;font color=&quot;#888888&quot;&gt;Skip LLM triage&lt;/font&gt;&lt;br&gt;&lt;font color=&quot;#888888&quot;&gt;(cost-gated)&lt;/font&gt;" style="rounded=1;whiteSpace=wrap;html=1;fillColor=#fce4ec;strokeColor=#c62828;fontStyle=2;" vertex="1" parent="1">
          <mxGeometry x="810" y="3070" width="150" height="40" as="geometry"/>
        </mxCell>
        <mxCell id="e_verdict_no" value="No" style="edgeStyle=orthogonalEdgeStyle;" edge="1" source="d_verdict_mal" target="n_llm_skip" parent="1">
          <mxGeometry relative="1" as="geometry"/>
        </mxCell>

        <!-- LLM Triage -->
        <mxCell id="n_llm" value="&lt;b&gt;LLM Triage&lt;/b&gt;&lt;br&gt;OpenRouter &amp;rarr; GLM-5.1&lt;br&gt;Spotlighting anti-injection&lt;br&gt;&lt;font color=&quot;#888888&quot;&gt;Only if verdict == malicious (cost-gated)&lt;/font&gt;" style="rounded=1;whiteSpace=wrap;html=1;fillColor=#fce4ec;strokeColor=#c62828;" vertex="1" parent="1">
          <mxGeometry x="450" y="3170" width="320" height="80" as="geometry"/>
        </mxCell>
        <mxCell id="e_verdict_yes" value="Yes" style="edgeStyle=orthogonalEdgeStyle;" edge="1" source="d_verdict_mal" target="n_llm" parent="1">
          <mxGeometry relative="1" as="geometry"/>
        </mxCell>

        <!-- LLM override -->
        <mxCell id="d_llm_result" value="&lt;b&gt;LLM confirms&lt;br&gt;malicious?&lt;/b&gt;" style="rhombus;whiteSpace=wrap;html=1;fillColor=#fce4ec;strokeColor=#c62828;" vertex="1" parent="1">
          <mxGeometry x="545" y="3280" width="130" height="80" as="geometry"/>
        </mxCell>
        <mxCell id="e_llm_result" style="edgeStyle=orthogonalEdgeStyle;" edge="1" source="n_llm" target="d_llm_result" parent="1">
          <mxGeometry relative="1" as="geometry"/>
        </mxCell>

        <!-- LLM says benign → override -->
        <mxCell id="n_llm_override" value="&lt;b&gt;Override: malicious &amp;rarr; benign&lt;/b&gt;&lt;br&gt;&lt;font color=&quot;#888888&quot;&gt;LLM can downgrade verdict&lt;/font&gt;" style="rounded=1;whiteSpace=wrap;html=1;fillColor=#fce4ec;strokeColor=#c62828;" vertex="1" parent="1">
          <mxGeometry x="810" y="3300" width="210" height="50" as="geometry"/>
        </mxCell>
        <mxCell id="e_llm_benign" value="No (benign)" style="edgeStyle=orthogonalEdgeStyle;" edge="1" source="d_llm_result" target="n_llm_override" parent="1">
          <mxGeometry relative="1" as="geometry"/>
        </mxCell>

        <!-- LLM confirms → Discord -->
        <mxCell id="n_discord" value="&lt;b&gt;Discord webhook&lt;/b&gt;&lt;br&gt;malicious package alert" style="rounded=1;whiteSpace=wrap;html=1;fillColor=#fce4ec;strokeColor=#c62828;" vertex="1" parent="1">
          <mxGeometry x="510" y="3400" width="200" height="50" as="geometry"/>
        </mxCell>
        <mxCell id="e_llm_discord" value="Yes" style="edgeStyle=orthogonalEdgeStyle;" edge="1" source="d_llm_result" target="n_discord" parent="1">
          <mxGeometry relative="1" as="geometry"/>
        </mxCell>

        <!-- Log LLM -->
        <mxCell id="n_log_llm" value="log: &lt;b&gt;llm_triage_start&lt;/b&gt;&lt;br&gt;&amp;rarr; &lt;b&gt;llm_triage_done&lt;/b&gt;&lt;br&gt;&lt;font color=&quot;#888888&quot;&gt;(cost, latency, override)&lt;/font&gt;" style="rounded=0;whiteSpace=wrap;html=1;fillColor=#f5f5f5;strokeColor=#CCCCCC;fontStyle=2;fontSize=10;" vertex="1" parent="1">
          <mxGeometry x="280" y="3180" width="180" height="50" as="geometry"/>
        </mxCell>
        <mxCell id="e_llm_log" style="dashed=1;strokeColor=#CCCCCC;" edge="1" source="n_llm" target="n_log_llm" parent="1">
          <mxGeometry relative="1" as="geometry"/>
        </mxCell>

        <!-- ===== PERSIST + CLEANUP ===== -->

        <mxCell id="n_persist" value="&lt;b&gt;Persist results&lt;/b&gt;&lt;br&gt;Upsert Package/Version, Scan, Findings,&lt;br&gt;FileHash rows, mark_done()" style="rounded=1;whiteSpace=wrap;html=1;fillColor=#f5f5f5;strokeColor=#666666;fontColor=#333333;" vertex="1" parent="1">
          <mxGeometry x="460" y="3520" width="280" height="70" as="geometry"/>
        </mxCell>
        <mxCell id="e_discord_persist" style="edgeStyle=orthogonalEdgeStyle;" edge="1" source="n_discord" target="n_persist" parent="1">
          <mxGeometry relative="1" as="geometry"/>
        </mxCell>
        <mxCell id="e_override_persist" style="edgeStyle=orthogonalEdgeStyle;" edge="1" source="n_llm_override" target="n_persist" parent="1">
          <mxGeometry relative="1" as="geometry">
            <Array as="points">
              <mxPoint x="915" y="3490"/>
              <mxPoint x="600" y="3490"/>
            </Array>
          </mxGeometry>
        </mxCell>
        <mxCell id="e_llmskip_persist" style="edgeStyle=orthogonalEdgeStyle;" edge="1" source="n_llm_skip" target="n_persist" parent="1">
          <mxGeometry relative="1" as="geometry">
            <Array as="points">
              <mxPoint x="960" y="3490"/>
              <mxPoint x="600" y="3490"/>
            </Array>
          </mxGeometry>
        </mxCell>

        <!-- Cleanup -->
        <mxCell id="n_cleanup" value="&lt;b&gt;Cleanup&lt;/b&gt;&lt;br&gt;Remove temp dirs (extraction + archives)" style="rounded=1;whiteSpace=wrap;html=1;fillColor=#f5f5f5;strokeColor=#666666;fontColor=#333333;" vertex="1" parent="1">
          <mxGeometry x="480" y="3630" width="240" height="50" as="geometry"/>
        </mxCell>
        <mxCell id="e_persist_cleanup" style="edgeStyle=orthogonalEdgeStyle;" edge="1" source="n_persist" target="n_cleanup" parent="1">
          <mxGeometry relative="1" as="geometry"/>
        </mxCell>

        <!-- End -->
        <mxCell id="end" value="" style="ellipse;whiteSpace=wrap;html=1;fillColor=#333333;strokeColor=#333333;" vertex="1" parent="1">
          <mxGeometry x="580" y="3720" width="40" height="40" as="geometry"/>
        </mxCell>
        <mxCell id="e_cleanup_end" style="edgeStyle=orthogonalEdgeStyle;" edge="1" source="n_cleanup" target="end" parent="1">
          <mxGeometry relative="1" as="geometry"/>
        </mxCell>

        <!-- ===== ERROR PATH ===== -->
        <mxCell id="n_error" value="&lt;b&gt;ERROR PATH&lt;/b&gt;&lt;br&gt;&lt;br&gt;Any unhandled exception &amp;rarr;&lt;br&gt;log: &lt;b&gt;pipeline_failed&lt;/b&gt;&lt;br&gt;&lt;font color=&quot;#888888&quot;&gt;(error_type, error)&lt;/font&gt;&lt;br&gt;&amp;rarr; mark_failed(row, token)&lt;br&gt;&amp;rarr; cleanup temp dirs" style="rounded=1;whiteSpace=wrap;html=1;fillColor=#f8cecc;strokeColor=#cc0000;fontColor=#cc0000;dashed=1;dashPattern=8 4;" vertex="1" parent="1">
          <mxGeometry x="1060" y="3810" width="260" height="130" as="geometry"/>
        </mxCell>
        <mxCell id="n_error_label" value="&lt;font color=&quot;#cc0000&quot;&gt;&lt;i&gt;Any step can reach&lt;br&gt;error path on exception&lt;/i&gt;&lt;/font&gt;" style="text;html=1;align=center;verticalAlign=middle;fontSize=10;" vertex="1" parent="1">
          <mxGeometry x="1100" y="3770" width="180" height="40" as="geometry"/>
        </mxCell>

        <!-- Error → End -->
        <mxCell id="e_error_end" style="edgeStyle=orthogonalEdgeStyle;strokeColor=#cc0000;dashed=1;" edge="1" source="n_error" target="end" parent="1">
          <mxGeometry relative="1" as="geometry">
            <Array as="points">
              <mxPoint x="1190" y="3980"/>
              <mxPoint x="600" y="3980"/>
              <mxPoint x="600" y="3760"/>
            </Array>
          </mxGeometry>
        </mxCell>

        <!-- ===== LEGEND ===== -->
        <mxCell id="legend_bg" value="" style="rounded=1;whiteSpace=wrap;html=1;fillColor=#fafafa;strokeColor=#cccccc;" vertex="1" parent="1">
          <mxGeometry x="30" y="80" width="180" height="360" as="geometry"/>
        </mxCell>
        <mxCell id="legend_title" value="&lt;b&gt;Legend&lt;/b&gt;" style="text;html=1;align=center;verticalAlign=middle;fontSize=12;" vertex="1" parent="1">
          <mxGeometry x="80" y="85" width="80" height="25" as="geometry"/>
        </mxCell>

        <mxCell id="leg1" value="" style="rounded=1;whiteSpace=wrap;html=1;fillColor=#dae8fc;strokeColor=#6c8ebf;" vertex="1" parent="1">
          <mxGeometry x="45" y="120" width="20" height="14" as="geometry"/>
        </mxCell>
        <mxCell id="leg1t" value="Phase 1 &amp;mdash; Ingest" style="text;html=1;align=left;fontSize=10;" vertex="1" parent="1">
          <mxGeometry x="72" y="115" width="130" height="24" as="geometry"/>
        </mxCell>

        <mxCell id="leg2" value="" style="rounded=1;whiteSpace=wrap;html=1;fillColor=#d5e8d4;strokeColor=#82b366;" vertex="1" parent="1">
          <mxGeometry x="45" y="150" width="20" height="14" as="geometry"/>
        </mxCell>
        <mxCell id="leg2t" value="Phase 2 &amp;mdash; Watchlist" style="text;html=1;align=left;fontSize=10;" vertex="1" parent="1">
          <mxGeometry x="72" y="145" width="130" height="24" as="geometry"/>
        </mxCell>

        <mxCell id="leg3" value="" style="rounded=1;whiteSpace=wrap;html=1;fillColor=#fff2cc;strokeColor=#d6b656;" vertex="1" parent="1">
          <mxGeometry x="45" y="180" width="20" height="14" as="geometry"/>
        </mxCell>
        <mxCell id="leg3t" value="Phase 3 &amp;mdash; Fetch" style="text;html=1;align=left;fontSize=10;" vertex="1" parent="1">
          <mxGeometry x="72" y="175" width="130" height="24" as="geometry"/>
        </mxCell>

        <mxCell id="leg4" value="" style="rounded=1;whiteSpace=wrap;html=1;fillColor=#d5e8d4;strokeColor=#82b366;" vertex="1" parent="1">
          <mxGeometry x="45" y="210" width="20" height="14" as="geometry"/>
        </mxCell>
        <mxCell id="leg4t" value="Phase 4 &amp;mdash; Extract + Hash" style="text;html=1;align=left;fontSize=10;" vertex="1" parent="1">
          <mxGeometry x="72" y="205" width="130" height="24" as="geometry"/>
        </mxCell>

        <mxCell id="leg5" value="" style="rounded=1;whiteSpace=wrap;html=1;fillColor=#e1d5e7;strokeColor=#9673a6;" vertex="1" parent="1">
          <mxGeometry x="45" y="240" width="20" height="14" as="geometry"/>
        </mxCell>
        <mxCell id="leg5t" value="Phase 5 &amp;mdash; Install-time" style="text;html=1;align=left;fontSize=10;" vertex="1" parent="1">
          <mxGeometry x="72" y="235" width="130" height="24" as="geometry"/>
        </mxCell>

        <mxCell id="leg6" value="" style="rounded=1;whiteSpace=wrap;html=1;fillColor=#e1d5e7;strokeColor=#9673a6;" vertex="1" parent="1">
          <mxGeometry x="45" y="270" width="20" height="14" as="geometry"/>
        </mxCell>
        <mxCell id="leg6t" value="Phase 6 &amp;mdash; Universal" style="text;html=1;align=left;fontSize=10;" vertex="1" parent="1">
          <mxGeometry x="72" y="265" width="130" height="24" as="geometry"/>
        </mxCell>

        <mxCell id="leg7" value="" style="rounded=1;whiteSpace=wrap;html=1;fillColor=#ffe6cc;strokeColor=#d79b00;" vertex="1" parent="1">
          <mxGeometry x="45" y="300" width="20" height="14" as="geometry"/>
        </mxCell>
        <mxCell id="leg7t" value="Phase 7 &amp;mdash; Detonation" style="text;html=1;align=left;fontSize=10;" vertex="1" parent="1">
          <mxGeometry x="72" y="295" width="130" height="24" as="geometry"/>
        </mxCell>

        <mxCell id="leg8" value="" style="rounded=1;whiteSpace=wrap;html=1;fillColor=#fce4ec;strokeColor=#c62828;" vertex="1" parent="1">
          <mxGeometry x="45" y="330" width="20" height="14" as="geometry"/>
        </mxCell>
        <mxCell id="leg8t" value="Phase 8 &amp;mdash; LLM + Alert" style="text;html=1;align=left;fontSize=10;" vertex="1" parent="1">
          <mxGeometry x="72" y="325" width="130" height="24" as="geometry"/>
        </mxCell>

        <mxCell id="leg9" value="" style="rounded=0;whiteSpace=wrap;html=1;fillColor=#f5f5f5;strokeColor=#CCCCCC;" vertex="1" parent="1">
          <mxGeometry x="45" y="360" width="20" height="14" as="geometry"/>
        </mxCell>
        <mxCell id="leg9t" value="Log events" style="text;html=1;align=left;fontSize=10;" vertex="1" parent="1">
          <mxGeometry x="72" y="355" width="130" height="24" as="geometry"/>
        </mxCell>

        <mxCell id="leg10" value="" style="rhombus;whiteSpace=wrap;html=1;fillColor=#ffffff;strokeColor=#666666;" vertex="1" parent="1">
          <mxGeometry x="45" y="390" width="20" height="14" as="geometry"/>
        </mxCell>
        <mxCell id="leg10t" value="Decision gate" style="text;html=1;align=left;fontSize=10;" vertex="1" parent="1">
          <mxGeometry x="72" y="385" width="130" height="24" as="geometry"/>
        </mxCell>

        <mxCell id="leg11" value="" style="rounded=1;whiteSpace=wrap;html=1;fillColor=#f8cecc;strokeColor=#cc0000;dashed=1;dashPattern=8 4;" vertex="1" parent="1">
          <mxGeometry x="45" y="415" width="20" height="14" as="geometry"/>
        </mxCell>
        <mxCell id="leg11t" value="Error path" style="text;html=1;align=left;fontSize=10;" vertex="1" parent="1">
          <mxGeometry x="72" y="410" width="130" height="24" as="geometry"/>
        </mxCell>

      </root>
    </mxGraphModel>
  </diagram>
</mxfile>
